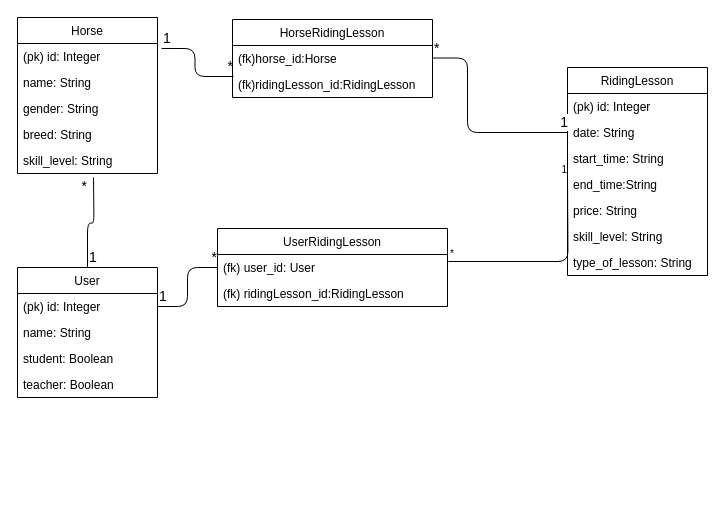
This is documentation/pics/horseApp.drawio from millakortelainen/horseApp, a draw.io file, before an edit. Source tidied: cells renumbered, new cells numbered last; positions are measured from the earlier drawing's top-left corner, leaving out a move shared by most shapes. Both pictures are drawn from the tidied source at 100%, with x=0, y=0 at pixel (17, 17).
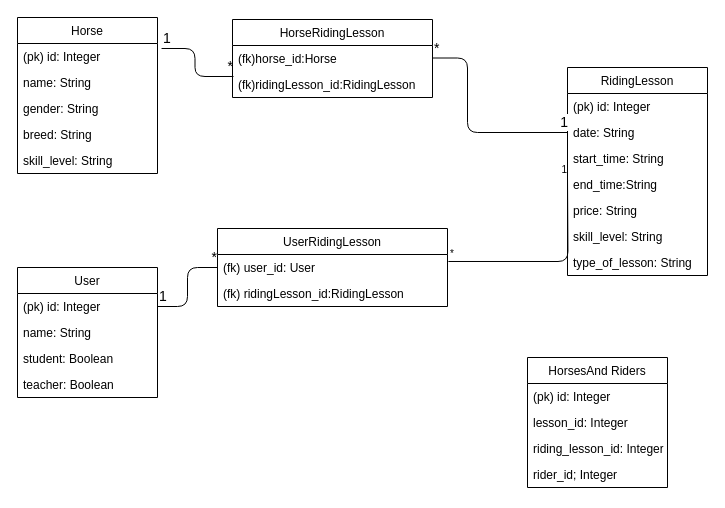
After the change.

Unchanged cells that the change refers to:
```xml
<mxCell id="8" value="User" style="swimlane;fontStyle=0;horizontal=1;startSize=26;fillColor=none;" parent="1" vertex="1">
  <mxGeometry y="250" width="140" height="130" as="geometry" />
</mxCell>
```

What changed in the source:
```diff
@@
-    <mxCell id="39" style="endArrow=none;html=1;edgeStyle=orthogonalEdgeStyle;" parent="1" edge="1" source="8">
-      <mxGeometry relative="1" as="geometry">
-        <mxPoint x="76" y="160" as="targetPoint" />
-      </mxGeometry>
-    </mxCell>
-    <mxCell id="40" value="&lt;font style=&quot;font-size: 14px&quot;&gt;1&lt;/font&gt;" style="html=1;align=left;verticalAlign=bottom;labelBackgroundColor=#ffffff;fontSize=10;" parent="39" vertex="1">
-      <mxGeometry x="-1" relative="1" as="geometry" />
-    </mxCell>
-    <mxCell id="41" value="&lt;font style=&quot;font-size: 14px&quot;&gt;*&lt;/font&gt;" style="html=1;align=right;verticalAlign=bottom;labelBackgroundColor=#ffffff;fontSize=10;" parent="39" vertex="1">
-      <mxGeometry x="1" relative="1" as="geometry">
-        <mxPoint x="-6" y="19" as="offset" />
-      </mxGeometry>
-    </mxCell>
+    <mxCell id="42" value="HorsesAnd Riders" style="swimlane;fontStyle=0;horizontal=1;startSize=26;fillColor=none;" parent="1" vertex="1">
+      <mxGeometry x="510" y="340" width="140" height="130" as="geometry" />
+    </mxCell>
+    <mxCell id="43" value="(pk) id: Integer" style="text;strokeColor=none;fillColor=none;align=left;verticalAlign=top;spacingLeft=4;spacingRight=4;overflow=hidden;" parent="42" vertex="1">
+      <mxGeometry y="26" width="140" height="26" as="geometry" />
+    </mxCell>
+    <mxCell id="44" value="lesson_id: Integer" style="text;strokeColor=none;fillColor=none;align=left;verticalAlign=top;spacingLeft=4;spacingRight=4;overflow=hidden;" parent="42" vertex="1">
+      <mxGeometry y="52" width="140" height="26" as="geometry" />
+    </mxCell>
+    <mxCell id="45" value="riding_lesson_id: Integer" style="text;strokeColor=none;fillColor=none;align=left;verticalAlign=top;spacingLeft=4;spacingRight=4;overflow=hidden;" parent="42" vertex="1">
+      <mxGeometry y="78" width="140" height="26" as="geometry" />
+    </mxCell>
+    <mxCell id="46" value="rider_id; Integer" style="text;strokeColor=none;fillColor=none;align=left;verticalAlign=top;spacingLeft=4;spacingRight=4;overflow=hidden;" parent="42" vertex="1">
+      <mxGeometry y="104" width="140" height="26" as="geometry" />
+    </mxCell>
```
